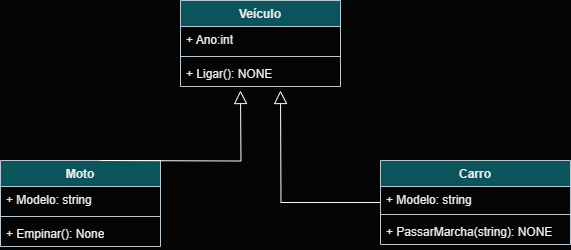
Before: Herança1.png, a diagram exported from draw.io (Joaobcamargos/POO-Python-Java). Source tidied: cells renumbered, new cells last; positions are measured from the earlier drawing's top-left corner, leaving out a move shared by most shapes. The source it was exported from:
```xml
<mxGraphModel background="#050505">
  <root>
    <mxCell id="0" />
    <mxCell id="1" parent="0" />
    <mxCell id="2" value="Veículo" style="swimlane;fontStyle=1;align=center;verticalAlign=top;horizontal=1;startSize=26;whiteSpace=wrap;html=1;strokeColor=#BAC8D3;fontColor=#EEEEEE;fillColor=#09555B;" parent="1" vertex="1">
      <mxGeometry x="180" width="160" height="86" as="geometry" />
    </mxCell>
    <mxCell id="3" value="+ Ano:int" style="text;strokeColor=none;fillColor=none;align=left;verticalAlign=top;spacingLeft=4;spacingRight=4;overflow=hidden;whiteSpace=wrap;html=1;fontColor=#EEEEEE;" parent="2" vertex="1">
      <mxGeometry y="26" width="160" height="26" as="geometry" />
    </mxCell>
    <mxCell id="4" style="line;strokeWidth=1;fillColor=none;align=left;verticalAlign=middle;spacingTop=-1;spacingLeft=3;spacingRight=3;labelPosition=right;strokeColor=inherit;fontColor=#EEEEEE;" parent="2" vertex="1">
      <mxGeometry y="52" width="160" height="8" as="geometry" />
    </mxCell>
    <mxCell id="5" value="+ Ligar(): NONE" style="text;strokeColor=none;fillColor=none;align=left;verticalAlign=top;spacingLeft=4;spacingRight=4;overflow=hidden;whiteSpace=wrap;html=1;fontColor=#EEEEEE;" parent="2" vertex="1">
      <mxGeometry y="60" width="160" height="26" as="geometry" />
    </mxCell>
    <mxCell id="6" style="edgeStyle=orthogonalEdgeStyle;rounded=0;jettySize=auto;html=1;strokeColor=#FCFCFC;endArrow=block;endFill=0;endSize=11;" parent="1" edge="1" source="7">
      <mxGeometry relative="1" as="geometry">
        <mxPoint x="280" y="90" as="targetPoint" />
      </mxGeometry>
    </mxCell>
    <mxCell id="7" value="Carro" style="swimlane;fontStyle=1;align=center;verticalAlign=top;horizontal=1;startSize=26;whiteSpace=wrap;html=1;strokeColor=#BAC8D3;fontColor=#EEEEEE;fillColor=#09555B;" parent="1" vertex="1">
      <mxGeometry x="380" y="160" width="190" height="84" as="geometry" />
    </mxCell>
    <mxCell id="8" value="+ Modelo: string" style="text;strokeColor=none;fillColor=none;align=left;verticalAlign=top;spacingLeft=4;spacingRight=4;overflow=hidden;whiteSpace=wrap;html=1;fontColor=#EEEEEE;" parent="7" vertex="1">
      <mxGeometry y="26" width="190" height="24" as="geometry" />
    </mxCell>
    <mxCell id="9" style="line;strokeWidth=1;fillColor=none;align=left;verticalAlign=middle;spacingTop=-1;spacingLeft=3;spacingRight=3;labelPosition=right;strokeColor=inherit;fontColor=#EEEEEE;" parent="7" vertex="1">
      <mxGeometry y="50" width="190" height="8" as="geometry" />
    </mxCell>
    <mxCell id="10" value="+ PassarMarcha(string): NONE" style="text;strokeColor=none;fillColor=none;align=left;verticalAlign=top;spacingLeft=4;spacingRight=4;overflow=hidden;whiteSpace=wrap;html=1;fontColor=#EEEEEE;" parent="7" vertex="1">
      <mxGeometry y="58" width="190" height="26" as="geometry" />
    </mxCell>
    <mxCell id="11" value="Moto" style="swimlane;fontStyle=1;align=center;verticalAlign=top;horizontal=1;startSize=26;whiteSpace=wrap;html=1;strokeColor=#BAC8D3;fontColor=#EEEEEE;fillColor=#09555B;" parent="1" vertex="1">
      <mxGeometry y="160" width="160" height="86" as="geometry" />
    </mxCell>
    <mxCell id="12" value="+ Modelo: string" style="text;strokeColor=none;fillColor=none;align=left;verticalAlign=top;spacingLeft=4;spacingRight=4;overflow=hidden;whiteSpace=wrap;html=1;fontColor=#EEEEEE;" parent="11" vertex="1">
      <mxGeometry y="26" width="160" height="26" as="geometry" />
    </mxCell>
    <mxCell id="13" style="line;strokeWidth=1;fillColor=none;align=left;verticalAlign=middle;spacingTop=-1;spacingLeft=3;spacingRight=3;labelPosition=right;strokeColor=inherit;fontColor=#EEEEEE;" parent="11" vertex="1">
      <mxGeometry y="52" width="160" height="8" as="geometry" />
    </mxCell>
    <mxCell id="14" value="+ Empinar(): None" style="text;strokeColor=none;fillColor=none;align=left;verticalAlign=top;spacingLeft=4;spacingRight=4;overflow=hidden;whiteSpace=wrap;html=1;fontColor=#EEEEEE;" parent="11" vertex="1">
      <mxGeometry y="60" width="160" height="26" as="geometry" />
    </mxCell>
    <mxCell id="15" style="edgeStyle=orthogonalEdgeStyle;rounded=0;orthogonalLoop=1;jettySize=auto;html=1;entryX=0.25;entryY=1.154;entryDx=0;entryDy=0;entryPerimeter=0;strokeColor=#FCFCFC;endArrow=block;endFill=0;endSize=11;" parent="1" edge="1">
      <mxGeometry relative="1" as="geometry">
        <mxPoint x="100" y="160" as="sourcePoint" />
        <mxPoint x="240" y="90" as="targetPoint" />
      </mxGeometry>
    </mxCell>
  </root>
</mxGraphModel>
```
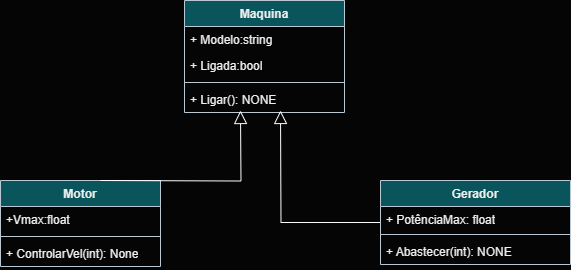
After the commit.

The edit, as a diff of the source:
```diff
@@ -2,45 +2,48 @@
   <root>
     <mxCell id="0" />
     <mxCell id="1" parent="0" />
-    <mxCell id="2" value="Veículo" style="swimlane;fontStyle=1;align=center;verticalAlign=top;horizontal=1;startSize=26;whiteSpace=wrap;html=1;strokeColor=#BAC8D3;fontColor=#EEEEEE;fillColor=#09555B;" parent="1" vertex="1">
-      <mxGeometry x="180" width="160" height="86" as="geometry" />
+    <mxCell id="2" value="Maquina" style="swimlane;fontStyle=1;align=center;verticalAlign=top;horizontal=1;startSize=26;whiteSpace=wrap;html=1;strokeColor=#BAC8D3;fontColor=#EEEEEE;fillColor=#09555B;" parent="1" vertex="1">
+      <mxGeometry x="184" y="-20" width="160" height="112" as="geometry" />
     </mxCell>
+    <mxCell id="16" value="+ Modelo:string" style="text;strokeColor=none;fillColor=none;align=left;verticalAlign=top;spacingLeft=4;spacingRight=4;overflow=hidden;whiteSpace=wrap;html=1;fontColor=#EEEEEE;" parent="2" vertex="1">
+      <mxGeometry y="26" width="160" height="26" as="geometry" />
+    </mxCell>
-    <mxCell id="3" value="+ Ano:int" style="text;strokeColor=none;fillColor=none;align=left;verticalAlign=top;spacingLeft=4;spacingRight=4;overflow=hidden;whiteSpace=wrap;html=1;fontColor=#EEEEEE;" parent="2" vertex="1">
-      <mxGeometry y="26" width="160" height="26" as="geometry" />
+    <mxCell id="3" value="+ Ligada:bool" style="text;strokeColor=none;fillColor=none;align=left;verticalAlign=top;spacingLeft=4;spacingRight=4;overflow=hidden;whiteSpace=wrap;html=1;fontColor=#EEEEEE;" parent="2" vertex="1">
+      <mxGeometry y="52" width="160" height="26" as="geometry" />
     </mxCell>
     <mxCell id="4" style="line;strokeWidth=1;fillColor=none;align=left;verticalAlign=middle;spacingTop=-1;spacingLeft=3;spacingRight=3;labelPosition=right;strokeColor=inherit;fontColor=#EEEEEE;" parent="2" vertex="1">
-      <mxGeometry y="52" width="160" height="8" as="geometry" />
+      <mxGeometry y="78" width="160" height="8" as="geometry" />
     </mxCell>
     <mxCell id="5" value="+ Ligar(): NONE" style="text;strokeColor=none;fillColor=none;align=left;verticalAlign=top;spacingLeft=4;spacingRight=4;overflow=hidden;whiteSpace=wrap;html=1;fontColor=#EEEEEE;" parent="2" vertex="1">
-      <mxGeometry y="60" width="160" height="26" as="geometry" />
+      <mxGeometry y="86" width="160" height="26" as="geometry" />
     </mxCell>
     <mxCell id="6" style="edgeStyle=orthogonalEdgeStyle;rounded=0;jettySize=auto;html=1;strokeColor=#FCFCFC;endArrow=block;endFill=0;endSize=11;" parent="1" edge="1" source="7">
       <mxGeometry relative="1" as="geometry">
         <mxPoint x="280" y="90" as="targetPoint" />
       </mxGeometry>
     </mxCell>
-    <mxCell id="7" value="Carro" style="swimlane;fontStyle=1;align=center;verticalAlign=top;horizontal=1;startSize=26;whiteSpace=wrap;html=1;strokeColor=#BAC8D3;fontColor=#EEEEEE;fillColor=#09555B;" parent="1" vertex="1">
+    <mxCell id="7" value="Gerador" style="swimlane;fontStyle=1;align=center;verticalAlign=top;horizontal=1;startSize=26;whiteSpace=wrap;html=1;strokeColor=#BAC8D3;fontColor=#EEEEEE;fillColor=#09555B;" parent="1" vertex="1">
       <mxGeometry x="380" y="160" width="190" height="84" as="geometry" />
     </mxCell>
-    <mxCell id="8" value="+ Modelo: string" style="text;strokeColor=none;fillColor=none;align=left;verticalAlign=top;spacingLeft=4;spacingRight=4;overflow=hidden;whiteSpace=wrap;html=1;fontColor=#EEEEEE;" parent="7" vertex="1">
-      <mxGeometry y="26" width="190" height="24" as="geometry" />
-    </mxCell>
+    <mxCell id="17" value="+ PotênciaMax: float" style="text;strokeColor=none;fillColor=none;align=left;verticalAlign=top;spacingLeft=4;spacingRight=4;overflow=hidden;whiteSpace=wrap;html=1;fontColor=#EEEEEE;" parent="7" vertex="1">
+      <mxGeometry y="26" width="190" height="24" as="geometry" />
+    </mxCell>
     <mxCell id="9" style="line;strokeWidth=1;fillColor=none;align=left;verticalAlign=middle;spacingTop=-1;spacingLeft=3;spacingRight=3;labelPosition=right;strokeColor=inherit;fontColor=#EEEEEE;" parent="7" vertex="1">
       <mxGeometry y="50" width="190" height="8" as="geometry" />
     </mxCell>
-    <mxCell id="10" value="+ PassarMarcha(string): NONE" style="text;strokeColor=none;fillColor=none;align=left;verticalAlign=top;spacingLeft=4;spacingRight=4;overflow=hidden;whiteSpace=wrap;html=1;fontColor=#EEEEEE;" parent="7" vertex="1">
+    <mxCell id="10" value="+ Abastecer(int): NONE" style="text;strokeColor=none;fillColor=none;align=left;verticalAlign=top;spacingLeft=4;spacingRight=4;overflow=hidden;whiteSpace=wrap;html=1;fontColor=#EEEEEE;" parent="7" vertex="1">
       <mxGeometry y="58" width="190" height="26" as="geometry" />
     </mxCell>
-    <mxCell id="11" value="Moto" style="swimlane;fontStyle=1;align=center;verticalAlign=top;horizontal=1;startSize=26;whiteSpace=wrap;html=1;strokeColor=#BAC8D3;fontColor=#EEEEEE;fillColor=#09555B;" parent="1" vertex="1">
+    <mxCell id="11" value="Motor" style="swimlane;fontStyle=1;align=center;verticalAlign=top;horizontal=1;startSize=26;whiteSpace=wrap;html=1;strokeColor=#BAC8D3;fontColor=#EEEEEE;fillColor=#09555B;" parent="1" vertex="1">
       <mxGeometry y="160" width="160" height="86" as="geometry" />
     </mxCell>
-    <mxCell id="12" value="+ Modelo: string" style="text;strokeColor=none;fillColor=none;align=left;verticalAlign=top;spacingLeft=4;spacingRight=4;overflow=hidden;whiteSpace=wrap;html=1;fontColor=#EEEEEE;" parent="11" vertex="1">
+    <mxCell id="12" value="+Vmax:float" style="text;strokeColor=none;fillColor=none;align=left;verticalAlign=top;spacingLeft=4;spacingRight=4;overflow=hidden;whiteSpace=wrap;html=1;fontColor=#EEEEEE;" parent="11" vertex="1">
       <mxGeometry y="26" width="160" height="26" as="geometry" />
     </mxCell>
     <mxCell id="13" style="line;strokeWidth=1;fillColor=none;align=left;verticalAlign=middle;spacingTop=-1;spacingLeft=3;spacingRight=3;labelPosition=right;strokeColor=inherit;fontColor=#EEEEEE;" parent="11" vertex="1">
       <mxGeometry y="52" width="160" height="8" as="geometry" />
     </mxCell>
-    <mxCell id="14" value="+ Empinar(): None" style="text;strokeColor=none;fillColor=none;align=left;verticalAlign=top;spacingLeft=4;spacingRight=4;overflow=hidden;whiteSpace=wrap;html=1;fontColor=#EEEEEE;" parent="11" vertex="1">
+    <mxCell id="14" value="+ ControlarVel(int): None" style="text;strokeColor=none;fillColor=none;align=left;verticalAlign=top;spacingLeft=4;spacingRight=4;overflow=hidden;whiteSpace=wrap;html=1;fontColor=#EEEEEE;" parent="11" vertex="1">
       <mxGeometry y="60" width="160" height="26" as="geometry" />
     </mxCell>
     <mxCell id="15" style="edgeStyle=orthogonalEdgeStyle;rounded=0;orthogonalLoop=1;jettySize=auto;html=1;entryX=0.25;entryY=1.154;entryDx=0;entryDy=0;entryPerimeter=0;strokeColor=#FCFCFC;endArrow=block;endFill=0;endSize=11;" parent="1" edge="1">
```
